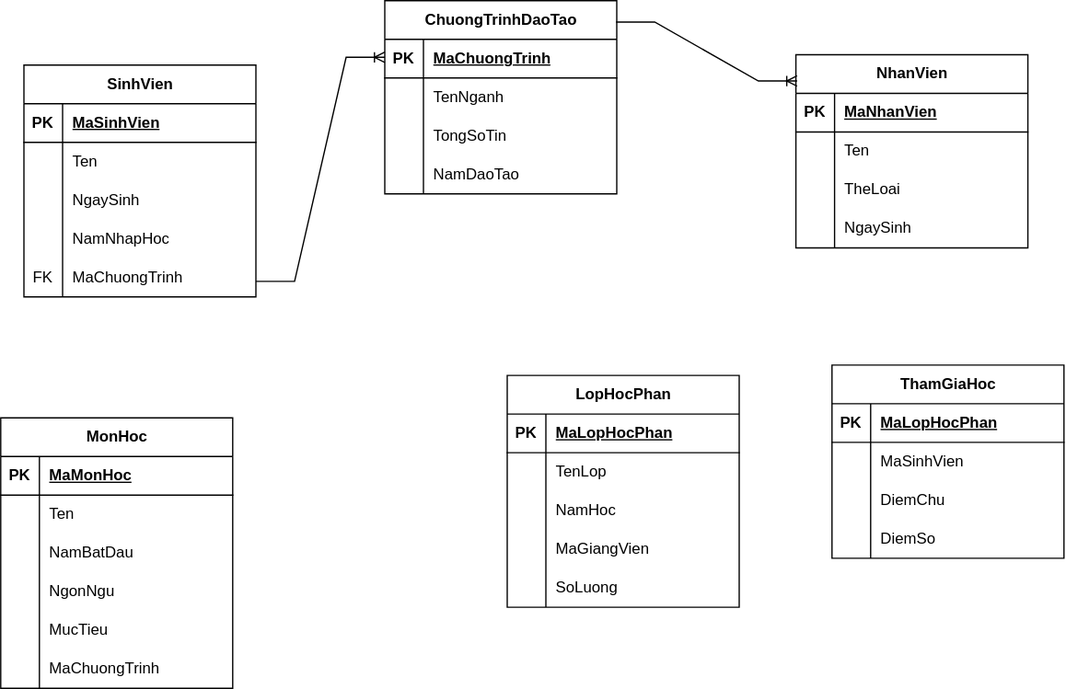
The draw.io diagram ve so do erd.drawio.svg in Honphan/learn-sql, before a commit. Source tidied: cells renumbered, new cells last; positions are measured from the earlier drawing's top-left corner, leaving out a move shared by most shapes.
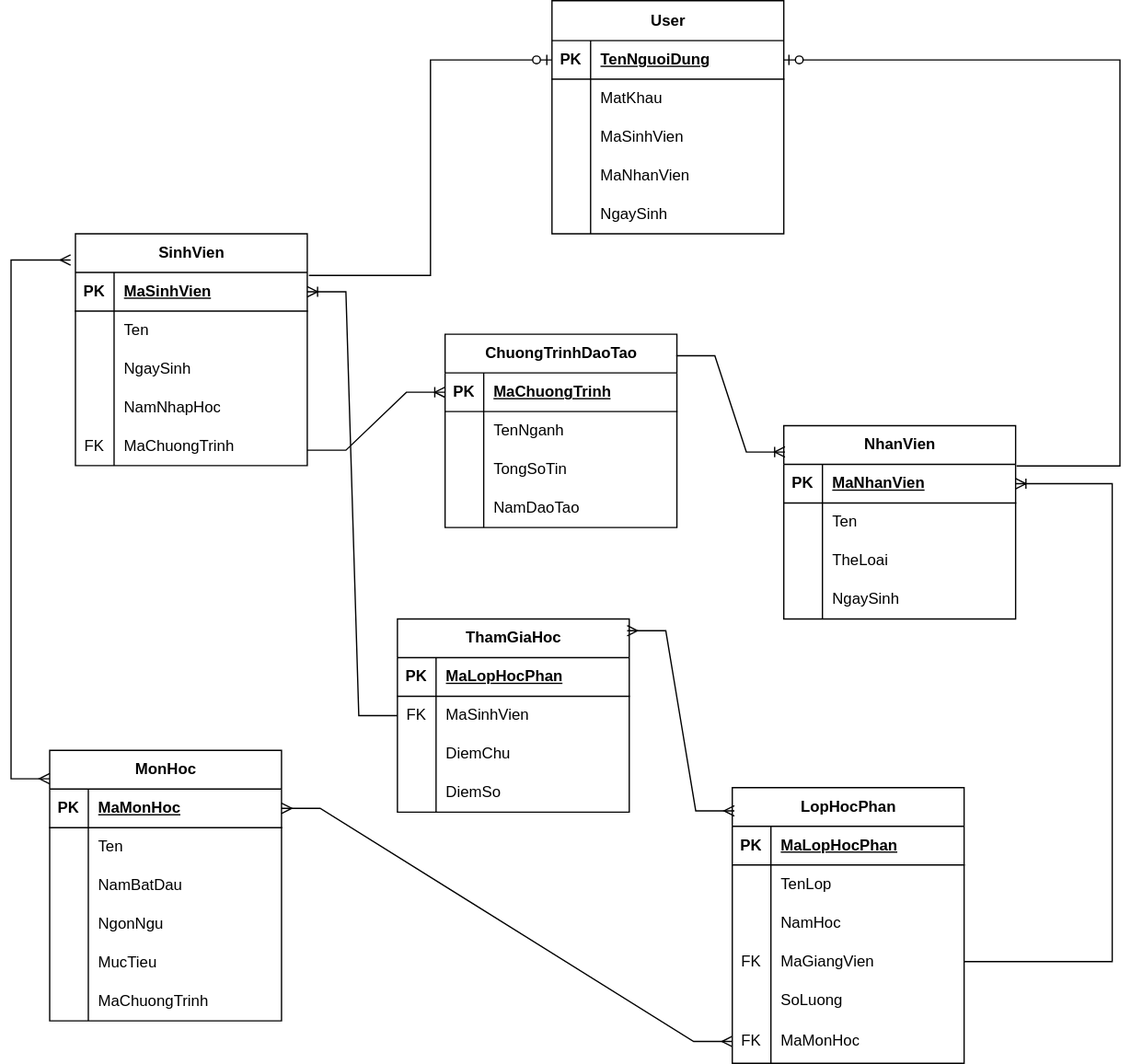
After the change.

Commit message:
Cập nhật ve so do erd.drawio.svg

The edit, as a diff of the source:
```diff
@@ -3,7 +3,7 @@
     <mxCell id="0" />
     <mxCell id="1" parent="0" />
     <mxCell id="2" value="SinhVien" style="shape=table;startSize=30;rowLines=0;fontStyle=1;align=center;html=1;" parent="1" vertex="1">
-      <mxGeometry x="18" y="50" width="180" height="180" as="geometry" />
+      <mxGeometry x="42" y="-88" width="180" height="180" as="geometry" />
     </mxCell>
     <mxCell id="3" style="shape=tableRow;horizontal=0;startSize=0;swimlaneHead=0;swimlaneBody=0;fillColor=none;points=[[0,0.5],[1,0.5]];portConstraint=eastwest;top=0;left=0;right=0;bottom=1;" parent="2" vertex="1">
       <mxGeometry y="30" width="180" height="30" as="geometry" />
@@ -51,7 +51,7 @@
       <mxGeometry x="30" width="150" height="30" as="geometry" />
     </mxCell>
     <mxCell id="18" value="ChuongTrinhDaoTao" style="shape=table;startSize=30;rowLines=0;fontStyle=1;align=center;html=1;" parent="1" vertex="1">
-      <mxGeometry x="298" width="180" height="150" as="geometry" />
+      <mxGeometry x="329" y="-10" width="180" height="150" as="geometry" />
     </mxCell>
     <mxCell id="19" style="shape=tableRow;horizontal=0;startSize=0;swimlaneHead=0;swimlaneBody=0;fillColor=none;points=[[0,0.5],[1,0.5]];portConstraint=eastwest;top=0;left=0;right=0;bottom=1;" parent="18" vertex="1">
       <mxGeometry y="30" width="180" height="30" as="geometry" />
@@ -90,7 +90,7 @@
       <mxGeometry x="30" width="150" height="30" as="geometry" />
     </mxCell>
     <mxCell id="31" value="NhanVien" style="shape=table;startSize=30;rowLines=0;fontStyle=1;align=center;html=1;" parent="1" vertex="1">
-      <mxGeometry x="617" y="42" width="180" height="150" as="geometry" />
+      <mxGeometry x="592" y="61" width="180" height="150" as="geometry" />
     </mxCell>
     <mxCell id="32" style="shape=tableRow;horizontal=0;startSize=0;swimlaneHead=0;swimlaneBody=0;fillColor=none;points=[[0,0.5],[1,0.5]];portConstraint=eastwest;top=0;left=0;right=0;bottom=1;" parent="31" vertex="1">
       <mxGeometry y="30" width="180" height="30" as="geometry" />
@@ -129,7 +129,7 @@
       <mxGeometry x="30" width="150" height="30" as="geometry" />
     </mxCell>
     <mxCell id="44" value="MonHoc" style="shape=table;startSize=30;rowLines=0;fontStyle=1;align=center;html=1;" parent="1" vertex="1">
-      <mxGeometry y="324" width="180" height="210" as="geometry" />
+      <mxGeometry x="22" y="313" width="180" height="210" as="geometry" />
     </mxCell>
     <mxCell id="45" style="shape=tableRow;horizontal=0;startSize=0;swimlaneHead=0;swimlaneBody=0;fillColor=none;points=[[0,0.5],[1,0.5]];portConstraint=eastwest;top=0;left=0;right=0;bottom=1;" parent="44" vertex="1">
       <mxGeometry y="30" width="180" height="30" as="geometry" />
@@ -186,7 +186,7 @@
       <mxGeometry x="30" width="150" height="30" as="geometry" />
     </mxCell>
     <mxCell id="63" value="LopHocPhan" style="shape=table;startSize=30;rowLines=0;fontStyle=1;align=center;html=1;" parent="1" vertex="1">
-      <mxGeometry x="393" y="291" width="180" height="180" as="geometry" />
+      <mxGeometry x="552" y="342" width="180" height="214" as="geometry" />
     </mxCell>
     <mxCell id="64" style="shape=tableRow;horizontal=0;startSize=0;swimlaneHead=0;swimlaneBody=0;fillColor=none;top=0;left=0;right=0;bottom=1;" parent="63" vertex="1">
       <mxGeometry y="30" width="180" height="30" as="geometry" />
@@ -218,7 +218,7 @@
     <mxCell id="73" style="shape=tableRow;horizontal=0;startSize=0;swimlaneHead=0;swimlaneBody=0;fillColor=none;points=[[0,0.5],[1,0.5]];portConstraint=eastwest;top=0;left=0;right=0;bottom=0;" parent="63" vertex="1">
       <mxGeometry y="120" width="180" height="30" as="geometry" />
     </mxCell>
-    <mxCell id="74" style="shape=partialRectangle;fillColor=none;top=0;left=0;bottom=0;right=0;overflow=hidden;whiteSpace=wrap;html=1;" parent="73" vertex="1">
+    <mxCell id="74" value="FK" style="shape=partialRectangle;fillColor=none;top=0;left=0;bottom=0;right=0;overflow=hidden;whiteSpace=wrap;html=1;" parent="73" vertex="1">
       <mxGeometry width="30" height="30" as="geometry" />
     </mxCell>
     <mxCell id="75" value="MaGiangVien" style="shape=partialRectangle;fillColor=none;top=0;left=0;bottom=0;right=0;align=left;spacingLeft=6;overflow=hidden;whiteSpace=wrap;html=1;" parent="73" vertex="1">
@@ -233,8 +233,17 @@
     <mxCell id="78" value="SoLuong" style="shape=partialRectangle;fillColor=none;top=0;left=0;bottom=0;right=0;align=left;spacingLeft=6;overflow=hidden;whiteSpace=wrap;html=1;" parent="76" vertex="1">
       <mxGeometry x="30" width="150" height="30" as="geometry" />
     </mxCell>
+    <mxCell id="94" style="shape=tableRow;horizontal=0;startSize=0;swimlaneHead=0;swimlaneBody=0;fillColor=none;points=[[0,0.5],[1,0.5]];portConstraint=eastwest;top=0;left=0;right=0;bottom=0;" parent="63" vertex="1">
+      <mxGeometry y="180" width="180" height="34" as="geometry" />
+    </mxCell>
+    <mxCell id="95" value="FK" style="shape=partialRectangle;fillColor=none;top=0;left=0;bottom=0;right=0;overflow=hidden;whiteSpace=wrap;html=1;" parent="94" vertex="1">
+      <mxGeometry width="30" height="34" as="geometry" />
+    </mxCell>
+    <mxCell id="96" value="MaMonHoc" style="shape=partialRectangle;fillColor=none;top=0;left=0;bottom=0;right=0;align=left;spacingLeft=6;overflow=hidden;whiteSpace=wrap;html=1;" parent="94" vertex="1">
+      <mxGeometry x="30" width="150" height="34" as="geometry" />
+    </mxCell>
     <mxCell id="79" value="ThamGiaHoc" style="shape=table;startSize=30;rowLines=0;fontStyle=1;align=center;html=1;" parent="1" vertex="1">
-      <mxGeometry x="645" y="283" width="180" height="150" as="geometry" />
+      <mxGeometry x="292" y="211" width="180" height="150" as="geometry" />
     </mxCell>
     <mxCell id="80" style="shape=tableRow;horizontal=0;startSize=0;swimlaneHead=0;swimlaneBody=0;fillColor=none;top=0;left=0;right=0;bottom=1;" parent="79" vertex="1">
       <mxGeometry y="30" width="180" height="30" as="geometry" />
@@ -248,7 +257,7 @@
     <mxCell id="83" style="shape=tableRow;horizontal=0;startSize=0;swimlaneHead=0;swimlaneBody=0;fillColor=none;points=[[0,0.5],[1,0.5]];portConstraint=eastwest;top=0;left=0;right=0;bottom=0;" parent="79" vertex="1">
       <mxGeometry y="60" width="180" height="30" as="geometry" />
     </mxCell>
-    <mxCell id="84" style="shape=partialRectangle;fillColor=none;top=0;left=0;bottom=0;right=0;overflow=hidden;whiteSpace=wrap;html=1;" parent="83" vertex="1">
+    <mxCell id="84" value="FK" style="shape=partialRectangle;fillColor=none;top=0;left=0;bottom=0;right=0;overflow=hidden;whiteSpace=wrap;html=1;" parent="83" vertex="1">
       <mxGeometry width="30" height="30" as="geometry" />
     </mxCell>
     <mxCell id="85" value="MaSinhVien" style="shape=partialRectangle;fillColor=none;top=0;left=0;bottom=0;right=0;align=left;spacingLeft=6;overflow=hidden;whiteSpace=wrap;html=1;" parent="83" vertex="1">
@@ -272,9 +281,8 @@
     <mxCell id="91" value="DiemSo" style="shape=partialRectangle;fillColor=none;top=0;left=0;bottom=0;right=0;align=left;spacingLeft=6;overflow=hidden;whiteSpace=wrap;html=1;" parent="89" vertex="1">
       <mxGeometry x="30" width="150" height="30" as="geometry" />
     </mxCell>
-    <mxCell id="92" style="edgeStyle=entityRelationEdgeStyle;fontSize=12;html=1;endArrow=ERoneToMany;rounded=0;entryX=0;entryY=0.5;entryDx=0;entryDy=0;exitX=1;exitY=0.6;exitDx=0;exitDy=0;exitPerimeter=0;" parent="1" edge="1" source="15">
+    <mxCell id="92" style="edgeStyle=entityRelationEdgeStyle;fontSize=12;html=1;endArrow=ERoneToMany;rounded=0;entryX=0;entryY=0.5;entryDx=0;entryDy=0;exitX=1;exitY=0.6;exitDx=0;exitDy=0;exitPerimeter=0;" parent="1" edge="1" source="15" target="19">
       <mxGeometry relative="1" as="geometry">
-        <mxPoint x="298" y="44" as="targetPoint" />
         <Array as="points">
           <mxPoint x="22" y="124" />
           <mxPoint x="170" y="209" />
@@ -285,5 +293,90 @@
     <mxCell id="93" style="edgeStyle=entityRelationEdgeStyle;fontSize=12;html=1;endArrow=ERoneToMany;rounded=0;entryX=0.005;entryY=0.136;entryDx=0;entryDy=0;entryPerimeter=0;exitX=0.997;exitY=0.111;exitDx=0;exitDy=0;exitPerimeter=0;" parent="1" edge="1" source="18" target="31">
       <mxGeometry relative="1" as="geometry" />
     </mxCell>
+    <mxCell id="97" style="edgeStyle=elbowEdgeStyle;fontSize=12;html=1;endArrow=ERoneToMany;rounded=0;exitX=1;exitY=0.5;exitDx=0;exitDy=0;entryX=1;entryY=0.5;entryDx=0;entryDy=0;" parent="1" edge="1" source="73" target="32">
+      <mxGeometry relative="1" as="geometry">
+        <Array as="points">
+          <mxPoint x="847" y="267" />
+        </Array>
+      </mxGeometry>
+    </mxCell>
+    <mxCell id="98" style="edgeStyle=entityRelationEdgeStyle;fontSize=12;html=1;endArrow=ERoneToMany;rounded=0;entryX=1;entryY=0.5;entryDx=0;entryDy=0;" parent="1" edge="1" source="83" target="3">
+      <mxGeometry relative="1" as="geometry" />
+    </mxCell>
+    <mxCell id="99" style="edgeStyle=elbowEdgeStyle;fontSize=12;html=1;endArrow=ERmany;startArrow=ERmany;rounded=0;entryX=-0.021;entryY=0.113;entryDx=0;entryDy=0;entryPerimeter=0;exitX=0;exitY=0.105;exitDx=0;exitDy=0;exitPerimeter=0;" parent="1" edge="1" source="44" target="2">
+      <mxGeometry relative="1" as="geometry">
+        <Array as="points">
+          <mxPoint x="-8" y="207" />
+        </Array>
+      </mxGeometry>
+    </mxCell>
+    <mxCell id="100" style="edgeStyle=entityRelationEdgeStyle;fontSize=12;html=1;endArrow=ERmany;startArrow=ERmany;rounded=0;entryX=0.009;entryY=0.084;entryDx=0;entryDy=0;entryPerimeter=0;exitX=0.991;exitY=0.061;exitDx=0;exitDy=0;exitPerimeter=0;" parent="1" edge="1" source="79" target="63">
+      <mxGeometry relative="1" as="geometry" />
+    </mxCell>
+    <mxCell id="101" style="edgeStyle=entityRelationEdgeStyle;fontSize=12;html=1;endArrow=ERmany;startArrow=ERmany;rounded=0;exitX=1;exitY=0.5;exitDx=0;exitDy=0;entryX=0;entryY=0.5;entryDx=0;entryDy=0;" parent="1" edge="1" source="45" target="94">
+      <mxGeometry relative="1" as="geometry">
+        <Array as="points">
+          <mxPoint x="445" y="631" />
+        </Array>
+      </mxGeometry>
+    </mxCell>
+    <mxCell id="102" value="User" style="shape=table;startSize=31;rowLines=0;fontStyle=1;align=center;html=1;" parent="1" vertex="1">
+      <mxGeometry x="412" y="-269" width="180" height="181" as="geometry" />
+    </mxCell>
+    <mxCell id="103" style="shape=tableRow;horizontal=0;startSize=0;swimlaneHead=0;swimlaneBody=0;fillColor=none;points=[[0,0.5],[1,0.5]];portConstraint=eastwest;top=0;left=0;right=0;bottom=1;" parent="102" vertex="1">
+      <mxGeometry y="31" width="180" height="30" as="geometry" />
+    </mxCell>
+    <mxCell id="104" value="PK" style="shape=partialRectangle;fillColor=none;top=0;left=0;bottom=0;right=0;fontStyle=1;overflow=hidden;whiteSpace=wrap;html=1;" parent="103" vertex="1">
+      <mxGeometry width="30" height="30" as="geometry" />
+    </mxCell>
+    <mxCell id="105" value="TenNguoiDung" style="shape=partialRectangle;fillColor=none;top=0;left=0;bottom=0;right=0;align=left;spacingLeft=6;fontStyle=5;overflow=hidden;whiteSpace=wrap;html=1;" parent="103" vertex="1">
+      <mxGeometry x="30" width="150" height="30" as="geometry" />
+    </mxCell>
+    <mxCell id="106" style="shape=tableRow;horizontal=0;startSize=0;swimlaneHead=0;swimlaneBody=0;fillColor=none;top=0;left=0;right=0;bottom=0;" parent="102" vertex="1">
+      <mxGeometry y="61" width="180" height="30" as="geometry" />
+    </mxCell>
+    <mxCell id="107" style="shape=partialRectangle;fillColor=none;top=0;left=0;bottom=0;right=0;overflow=hidden;whiteSpace=wrap;html=1;" parent="106" vertex="1">
+      <mxGeometry width="30" height="30" as="geometry" />
+    </mxCell>
+    <mxCell id="108" value="MatKhau" style="shape=partialRectangle;fillColor=none;top=0;left=0;bottom=0;right=0;align=left;spacingLeft=6;overflow=hidden;whiteSpace=wrap;html=1;" parent="106" vertex="1">
+      <mxGeometry x="30" width="150" height="30" as="geometry" />
+    </mxCell>
+    <mxCell id="109" style="shape=tableRow;horizontal=0;startSize=0;swimlaneHead=0;swimlaneBody=0;fillColor=none;top=0;left=0;right=0;bottom=0;" parent="102" vertex="1">
+      <mxGeometry y="91" width="180" height="30" as="geometry" />
+    </mxCell>
+    <mxCell id="110" style="shape=partialRectangle;fillColor=none;top=0;left=0;bottom=0;right=0;overflow=hidden;whiteSpace=wrap;html=1;" parent="109" vertex="1">
+      <mxGeometry width="30" height="30" as="geometry" />
+    </mxCell>
+    <mxCell id="111" value="MaSinhVien" style="shape=partialRectangle;fillColor=none;top=0;left=0;bottom=0;right=0;align=left;spacingLeft=6;overflow=hidden;whiteSpace=wrap;html=1;" parent="109" vertex="1">
+      <mxGeometry x="30" width="150" height="30" as="geometry" />
+    </mxCell>
+    <mxCell id="112" style="shape=tableRow;horizontal=0;startSize=0;swimlaneHead=0;swimlaneBody=0;fillColor=none;top=0;left=0;right=0;bottom=0;" parent="102" vertex="1">
+      <mxGeometry y="121" width="180" height="30" as="geometry" />
+    </mxCell>
+    <mxCell id="113" style="shape=partialRectangle;fillColor=none;top=0;left=0;bottom=0;right=0;overflow=hidden;whiteSpace=wrap;html=1;" parent="112" vertex="1">
+      <mxGeometry width="30" height="30" as="geometry" />
+    </mxCell>
+    <mxCell id="114" value="MaNhanVien" style="shape=partialRectangle;fillColor=none;top=0;left=0;bottom=0;right=0;align=left;spacingLeft=6;overflow=hidden;whiteSpace=wrap;html=1;" parent="112" vertex="1">
+      <mxGeometry x="30" width="150" height="30" as="geometry" />
+    </mxCell>
+    <mxCell id="115" style="shape=tableRow;horizontal=0;startSize=0;swimlaneHead=0;swimlaneBody=0;fillColor=none;top=0;left=0;right=0;bottom=0;" parent="102" vertex="1">
+      <mxGeometry y="151" width="180" height="30" as="geometry" />
+    </mxCell>
+    <mxCell id="116" style="shape=partialRectangle;fillColor=none;top=0;left=0;bottom=0;right=0;overflow=hidden;whiteSpace=wrap;html=1;" parent="115" vertex="1">
+      <mxGeometry width="30" height="30" as="geometry" />
+    </mxCell>
+    <mxCell id="117" value="NgaySinh" style="shape=partialRectangle;fillColor=none;top=0;left=0;bottom=0;right=0;align=left;spacingLeft=6;overflow=hidden;whiteSpace=wrap;html=1;" parent="115" vertex="1">
+      <mxGeometry x="30" width="150" height="30" as="geometry" />
+    </mxCell>
+    <mxCell id="118" style="edgeStyle=elbowEdgeStyle;fontSize=12;html=1;endArrow=ERzeroToOne;endFill=1;rounded=0;exitX=1.004;exitY=0.042;exitDx=0;exitDy=0;exitPerimeter=0;entryX=1;entryY=0.5;entryDx=0;entryDy=0;" parent="1" edge="1" source="32" target="103">
+      <mxGeometry relative="1" as="geometry">
+        <Array as="points">
+          <mxPoint x="853" y="-75" />
+        </Array>
+      </mxGeometry>
+    </mxCell>
+    <mxCell id="119" style="edgeStyle=elbowEdgeStyle;fontSize=12;html=1;endArrow=ERzeroToOne;endFill=1;rounded=0;entryX=0;entryY=0.5;entryDx=0;entryDy=0;exitX=1.007;exitY=0.078;exitDx=0;exitDy=0;exitPerimeter=0;" parent="1" edge="1" source="3" target="103">
+      <mxGeometry relative="1" as="geometry" />
+    </mxCell>
   </root>
 </mxGraphModel>
```
